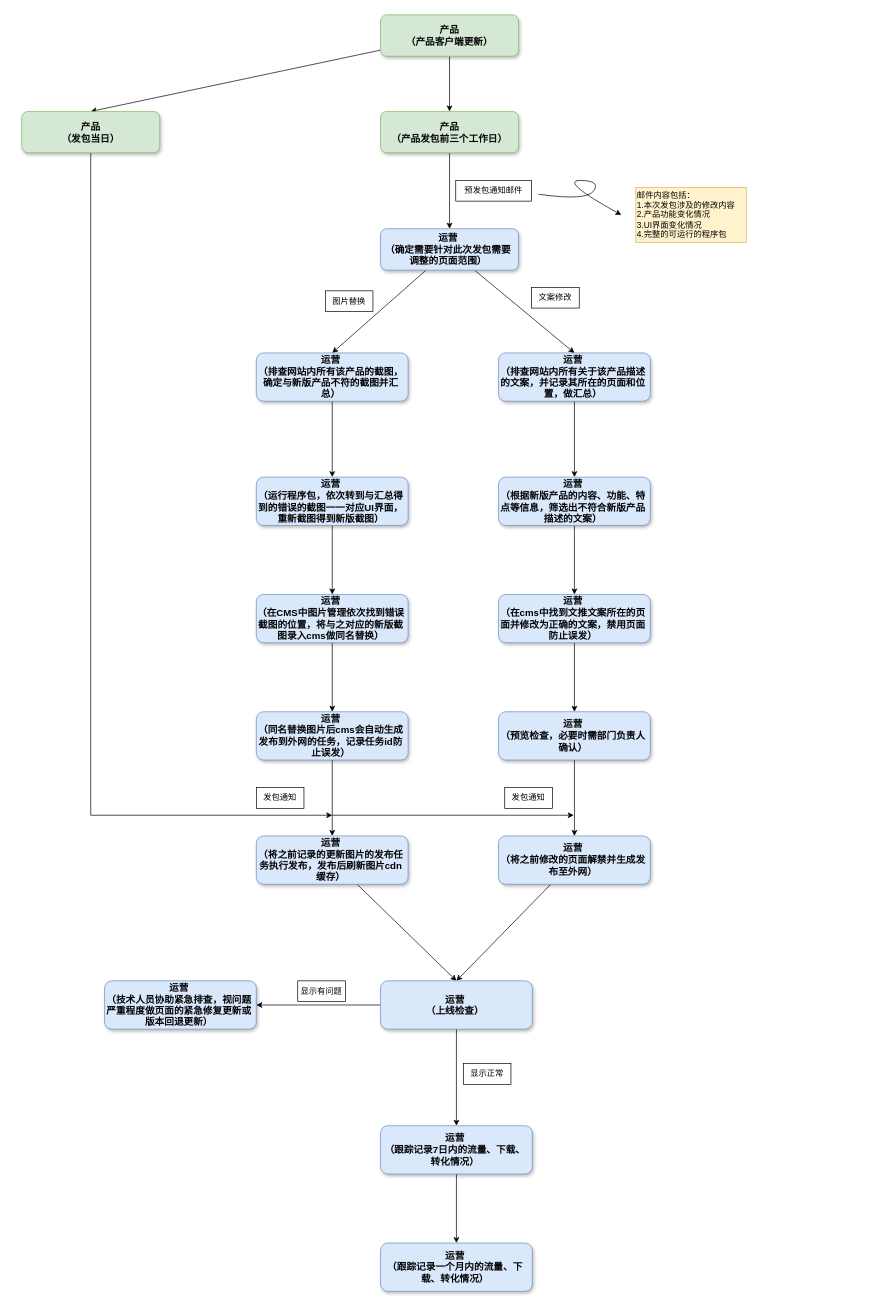
Above: page "产品发包涉及到的网站页面调整" (6 of 10) of Untitled Diagram.drawio in wxlxxx/draw.io (draw.io), before the change. Source tidied: cells renumbered, new cells numbered last; positions are measured from the earlier drawing's top-left corner, leaving out a move shared by most shapes. Both pictures are drawn from the tidied source at 69%, with x=0, y=0 at pixel (21, 14).
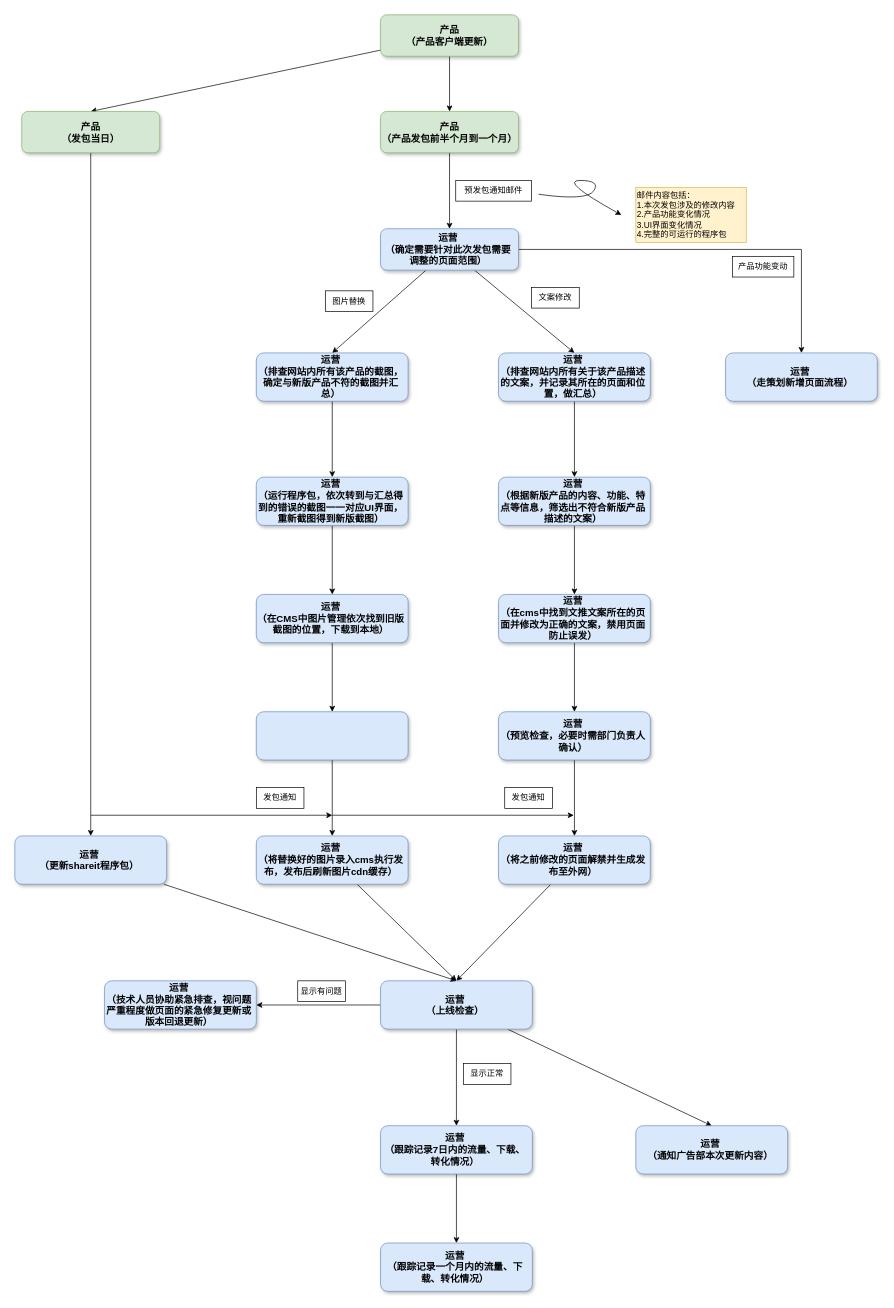
After the change.

Unchanged cells that the change refers to:
```xml
<mxCell id="9" value="运营&#10;（确定需要针对此次发包需要调整的页面范围）" style="rounded=1;fillColor=#dae8fc;shadow=1;fontStyle=1;fontSize=14;strokeColor=#6c8ebf;whiteSpace=wrap;spacingRight=4;" parent="1" vertex="1">
  <mxGeometry x="520" y="310" width="200" height="60" as="geometry" />
</mxCell>
<mxCell id="42" value="运营&#10;（上线检查）" style="rounded=1;fillColor=#dae8fc;shadow=1;fontStyle=1;fontSize=14;strokeColor=#6c8ebf;whiteSpace=wrap;spacingRight=4;spacing=2;" parent="1" vertex="1">
  <mxGeometry x="520" y="1400" width="220" height="70" as="geometry" />
</mxCell>
```

The edit, as a diff of the source:
```diff
@@
-    <mxCell id="3" value="产品&#10;（产品发包前三个工作日）" style="rounded=1;fillColor=#d5e8d4;shadow=1;fontStyle=1;fontSize=14;strokeColor=#82b366;" parent="1" vertex="1">
+    <mxCell id="3" value="产品&#10;（产品发包前半个月到一个月）" style="rounded=1;fillColor=#d5e8d4;shadow=1;fontStyle=1;fontSize=14;strokeColor=#82b366;" parent="1" vertex="1">
       <mxGeometry x="520" y="140" width="200" height="60" as="geometry" />
     </mxCell>
@@
+    <mxCell id="49" style="edgeStyle=orthogonalEdgeStyle;rounded=0;jettySize=auto;html=1;" parent="1" edge="1" source="9" target="51">
+      <mxGeometry relative="1" as="geometry" />
+    </mxCell>
@@
-    <mxCell id="19" value="运营&#10;（在CMS中图片管理依次找到错误截图的位置，将与之对应的新版截图录入cms做同名替换）" style="rounded=1;fillColor=#dae8fc;shadow=1;fontStyle=1;fontSize=14;strokeColor=#6c8ebf;whiteSpace=wrap;spacingRight=4;spacing=2;" parent="1" vertex="1">
+    <mxCell id="19" value="运营&#10;（在CMS中图片管理依次找到旧版截图的位置，下载到本地）" style="rounded=1;fillColor=#dae8fc;shadow=1;fontStyle=1;fontSize=14;strokeColor=#6c8ebf;whiteSpace=wrap;spacingRight=4;spacing=2;" parent="1" vertex="1">
       <mxGeometry x="340" y="840" width="220" height="70" as="geometry" />
     </mxCell>
@@
-    <mxCell id="21" value="运营&#10;（同名替换图片后cms会自动生成发布到外网的任务，记录任务id防止误发）" style="rounded=1;fillColor=#dae8fc;shadow=1;fontStyle=1;fontSize=14;strokeColor=#6c8ebf;whiteSpace=wrap;spacingRight=4;spacing=2;" parent="1" vertex="1">
+    <mxCell id="21" style="rounded=1;fillColor=#dae8fc;shadow=1;fontStyle=1;fontSize=14;strokeColor=#6c8ebf;whiteSpace=wrap;spacingRight=4;spacing=2;" parent="1" vertex="1">
       <mxGeometry x="340" y="1010" width="220" height="70" as="geometry" />
     </mxCell>
@@
-    <mxCell id="31" value="运营&#10;（将之前记录的更新图片的发布任务执行发布，发布后刷新图片cdn缓存）" style="rounded=1;fillColor=#dae8fc;shadow=1;fontStyle=1;fontSize=14;strokeColor=#6c8ebf;whiteSpace=wrap;spacingRight=4;spacing=2;" parent="1" vertex="1">
+    <mxCell id="31" value="运营&#10;（将替换好的图片录入cms执行发布，发布后刷新图片cdn缓存）" style="rounded=1;fillColor=#dae8fc;shadow=1;fontStyle=1;fontSize=14;strokeColor=#6c8ebf;whiteSpace=wrap;spacingRight=4;spacing=2;" parent="1" vertex="1">
       <mxGeometry x="340" y="1190" width="220" height="70" as="geometry" />
     </mxCell>
@@
+    <mxCell id="50" style="edgeStyle=none;rounded=0;jettySize=auto;html=1;entryX=0.5;entryY=0;entryDx=0;entryDy=0;" parent="1" edge="1" source="42" target="56">
+      <mxGeometry relative="1" as="geometry" />
+    </mxCell>
@@
+    <mxCell id="51" value="运营&#10;（走策划新增页面流程）" style="rounded=1;fillColor=#dae8fc;shadow=1;fontStyle=1;fontSize=14;strokeColor=#6c8ebf;whiteSpace=wrap;spacingRight=4;spacing=2;" parent="1" vertex="1">
+      <mxGeometry x="1020" y="490" width="220" height="70" as="geometry" />
+    </mxCell>
+    <mxCell id="52" value="产品功能变动" style="rounded=0;whiteSpace=wrap;html=1;" parent="1" vertex="1">
+      <mxGeometry x="1030" y="350" width="89" height="30" as="geometry" />
+    </mxCell>
+    <mxCell id="53" style="rounded=0;jettySize=auto;html=1;entryX=0.5;entryY=0;entryDx=0;entryDy=0;" parent="1" edge="1" source="54" target="42">
+      <mxGeometry relative="1" as="geometry" />
+    </mxCell>
+    <mxCell id="54" value="运营&#10;（更新shareit程序包）" style="rounded=1;fillColor=#dae8fc;shadow=1;fontStyle=1;fontSize=14;strokeColor=#6c8ebf;whiteSpace=wrap;spacingRight=4;spacing=2;" parent="1" vertex="1">
+      <mxGeometry x="-10" y="1190" width="220" height="70" as="geometry" />
+    </mxCell>
+    <mxCell id="55" style="endArrow=classic;html=1;" parent="1" edge="1" target="54">
+      <mxGeometry relative="1" as="geometry">
+        <mxPoint x="100" y="1160" as="sourcePoint" />
+      </mxGeometry>
+    </mxCell>
+    <mxCell id="56" value="运营&#10;（通知广告部本次更新内容）" style="rounded=1;fillColor=#dae8fc;shadow=1;fontStyle=1;fontSize=14;strokeColor=#6c8ebf;whiteSpace=wrap;spacingRight=4;spacing=2;" parent="1" vertex="1">
+      <mxGeometry x="890" y="1610" width="220" height="70" as="geometry" />
+    </mxCell>
```
